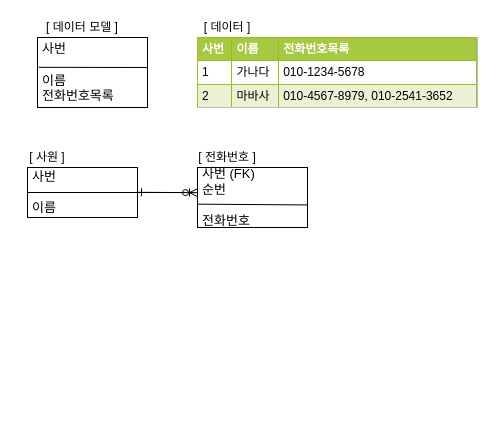
Before: Database/SQLD/Normalization.drawio in Deanioche/TIL, a draw.io diagram. Source tidied: cells renumbered, new cells numbered last; positions are measured from the earlier drawing's top-left corner, leaving out a move shared by most shapes. Both pictures are drawn from the tidied source at 100%, with x=0, y=0 at pixel (17, 17).
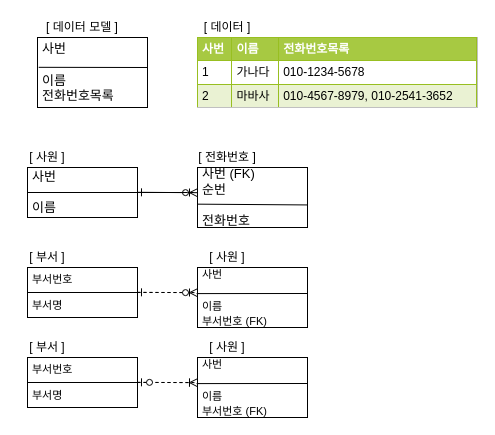
After the change.

The edit, as a diff of the source:
```diff
@@
+    <mxCell id="15" style="edgeStyle=orthogonalEdgeStyle;rounded=0;jettySize=auto;html=1;endArrow=ERone;endFill=0;jumpSize=6;startSize=7;dashed=1;" parent="1" edge="1" source="25">
+      <mxGeometry relative="1" as="geometry">
+        <mxPoint x="176" y="365" as="targetPoint" />
+        <Array as="points">
+          <mxPoint x="140" y="365" />
+          <mxPoint x="140" y="365" />
+        </Array>
+      </mxGeometry>
+    </mxCell>
+    <mxCell id="16" style="endArrow=ERoneToMany;html=1;fontSize=13;exitX=1;exitY=0.5;exitDx=0;exitDy=0;startArrow=ERzeroToOne;startFill=1;endFill=0;dashed=1;" parent="1" edge="1">
+      <mxGeometry relative="1" as="geometry">
+        <mxPoint x="120" y="364.8" as="sourcePoint" />
+        <mxPoint x="180" y="365.2" as="targetPoint" />
+      </mxGeometry>
+    </mxCell>
+    <mxCell id="17" style="edgeStyle=orthogonalEdgeStyle;rounded=0;jettySize=auto;html=1;endArrow=ERone;endFill=0;jumpSize=6;startSize=7;dashed=1;" parent="1" edge="1" source="18">
+      <mxGeometry relative="1" as="geometry">
+        <mxPoint x="176" y="275" as="targetPoint" />
+        <Array as="points">
+          <mxPoint x="140" y="275" />
+          <mxPoint x="140" y="275" />
+        </Array>
+      </mxGeometry>
+    </mxCell>
@@
+    <mxCell id="18" value="부서번호&lt;br style=&quot;font-size: 11px;&quot;&gt;&lt;br style=&quot;font-size: 11px;&quot;&gt;부서명" style="rounded=0;whiteSpace=wrap;html=1;align=left;spacingLeft=0;spacing=5;fontSize=11;horizontal=1;" parent="1" vertex="1">
+      <mxGeometry x="10" y="250" width="110" height="50" as="geometry" />
+    </mxCell>
+    <mxCell id="19" style="endArrow=none;html=1;fontSize=13;exitX=0;exitY=0.5;exitDx=0;exitDy=0;entryX=1;entryY=0.5;entryDx=0;entryDy=0;" parent="1" edge="1" source="18" target="18">
+      <mxGeometry relative="1" as="geometry" />
+    </mxCell>
+    <mxCell id="20" value="[ 부서 ]" style="text;html=1;strokeColor=none;fillColor=none;align=center;verticalAlign=middle;whiteSpace=wrap;rounded=0;" parent="1" vertex="1">
+      <mxGeometry y="230" width="60" height="20" as="geometry" />
+    </mxCell>
+    <mxCell id="21" value="&lt;font style=&quot;font-size: 11px&quot;&gt;사번&lt;br&gt;&lt;br&gt;이름&lt;br&gt;부서번호 (FK)&lt;/font&gt;" style="rounded=0;whiteSpace=wrap;html=1;align=left;spacingLeft=0;spacing=5;fontSize=13;horizontal=1;" parent="1" vertex="1">
+      <mxGeometry x="180" y="250" width="110" height="60" as="geometry" />
+    </mxCell>
+    <mxCell id="22" style="endArrow=none;html=1;fontSize=13;exitX=-0.008;exitY=0.435;exitDx=0;exitDy=0;exitPerimeter=0;" parent="1" edge="1" source="21">
+      <mxGeometry relative="1" as="geometry">
+        <mxPoint x="290" y="276" as="targetPoint" />
+      </mxGeometry>
+    </mxCell>
+    <mxCell id="23" value="[ 사원 ]" style="text;html=1;strokeColor=none;fillColor=none;align=center;verticalAlign=middle;whiteSpace=wrap;rounded=0;" parent="1" vertex="1">
+      <mxGeometry x="165" y="230" width="90" height="20" as="geometry" />
+    </mxCell>
+    <mxCell id="24" style="endArrow=ERzeroToMany;html=1;fontSize=13;exitX=1;exitY=0.5;exitDx=0;exitDy=0;startArrow=ERone;startFill=0;endFill=1;dashed=1;" parent="1" edge="1">
+      <mxGeometry relative="1" as="geometry">
+        <mxPoint x="120" y="274.8" as="sourcePoint" />
+        <mxPoint x="180" y="275.2" as="targetPoint" />
+      </mxGeometry>
+    </mxCell>
+    <mxCell id="25" value="부서번호&lt;br style=&quot;font-size: 11px;&quot;&gt;&lt;br style=&quot;font-size: 11px;&quot;&gt;부서명" style="rounded=0;whiteSpace=wrap;html=1;align=left;spacingLeft=0;spacing=5;fontSize=11;horizontal=1;" parent="1" vertex="1">
+      <mxGeometry x="10" y="340" width="110" height="50" as="geometry" />
+    </mxCell>
+    <mxCell id="26" style="endArrow=none;html=1;fontSize=13;exitX=0;exitY=0.5;exitDx=0;exitDy=0;entryX=1;entryY=0.5;entryDx=0;entryDy=0;" parent="1" edge="1" source="25" target="25">
+      <mxGeometry relative="1" as="geometry" />
+    </mxCell>
+    <mxCell id="27" value="[ 부서 ]" style="text;html=1;strokeColor=none;fillColor=none;align=center;verticalAlign=middle;whiteSpace=wrap;rounded=0;" parent="1" vertex="1">
+      <mxGeometry y="320" width="60" height="20" as="geometry" />
+    </mxCell>
+    <mxCell id="28" value="&lt;font style=&quot;font-size: 11px&quot;&gt;사번&lt;br&gt;&lt;br&gt;이름&lt;br&gt;부서번호 (FK)&lt;/font&gt;" style="rounded=0;whiteSpace=wrap;html=1;align=left;spacingLeft=0;spacing=5;fontSize=13;horizontal=1;" parent="1" vertex="1">
+      <mxGeometry x="180" y="340" width="110" height="60" as="geometry" />
+    </mxCell>
+    <mxCell id="29" style="endArrow=none;html=1;fontSize=13;exitX=-0.008;exitY=0.435;exitDx=0;exitDy=0;exitPerimeter=0;" parent="1" edge="1" source="28">
+      <mxGeometry relative="1" as="geometry">
+        <mxPoint x="290" y="366" as="targetPoint" />
+      </mxGeometry>
+    </mxCell>
+    <mxCell id="30" value="[ 사원 ]" style="text;html=1;strokeColor=none;fillColor=none;align=center;verticalAlign=middle;whiteSpace=wrap;rounded=0;" parent="1" vertex="1">
+      <mxGeometry x="165" y="320" width="90" height="20" as="geometry" />
+    </mxCell>
```
